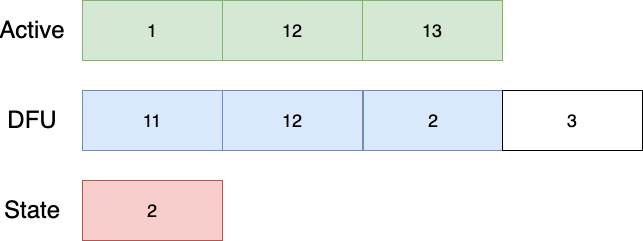
This is content/2022-04-29-firmware-updates-part-1/swap_step2.png from drogue-iot/blog.drogue.io, a draw.io export, as it was before one commit. Source tidied: cells renumbered, new cells last; positions are measured from the earlier drawing's top-left corner, leaving out a move shared by most shapes. The source it was exported from:
```xml
<mxGraphModel>
  <root>
    <mxCell id="0" />
    <mxCell id="1" parent="0" />
    <mxCell id="2" value="&lt;font style=&quot;font-size: 18px&quot;&gt;1&lt;/font&gt;" style="rounded=0;whiteSpace=wrap;html=1;fillColor=#d5e8d4;strokeColor=#82b366;" parent="1" vertex="1">
      <mxGeometry x="70" width="140" height="60" as="geometry" />
    </mxCell>
    <mxCell id="3" value="&lt;font style=&quot;font-size: 18px&quot;&gt;12&lt;/font&gt;" style="rounded=0;whiteSpace=wrap;html=1;fillColor=#d5e8d4;strokeColor=#82b366;" parent="1" vertex="1">
      <mxGeometry x="210" width="140" height="60" as="geometry" />
    </mxCell>
    <mxCell id="4" value="&lt;font style=&quot;font-size: 18px&quot;&gt;13&lt;/font&gt;" style="rounded=0;whiteSpace=wrap;html=1;fillColor=#d5e8d4;strokeColor=#82b366;" parent="1" vertex="1">
      <mxGeometry x="350" width="140" height="60" as="geometry" />
    </mxCell>
    <mxCell id="5" value="&lt;font style=&quot;font-size: 18px&quot;&gt;2&lt;/font&gt;" style="rounded=0;whiteSpace=wrap;html=1;fillColor=#f8cecc;strokeColor=#b85450;" parent="1" vertex="1">
      <mxGeometry x="70" y="180" width="140" height="60" as="geometry" />
    </mxCell>
    <mxCell id="6" value="&lt;font style=&quot;font-size: 18px&quot;&gt;11&lt;/font&gt;" style="rounded=0;whiteSpace=wrap;html=1;fillColor=#dae8fc;strokeColor=#6c8ebf;" parent="1" vertex="1">
      <mxGeometry x="70" y="90" width="140" height="60" as="geometry" />
    </mxCell>
    <mxCell id="7" value="&lt;font style=&quot;font-size: 18px&quot;&gt;12&lt;/font&gt;" style="rounded=0;whiteSpace=wrap;html=1;fillColor=#dae8fc;strokeColor=#6c8ebf;" parent="1" vertex="1">
      <mxGeometry x="210" y="90" width="140" height="60" as="geometry" />
    </mxCell>
    <mxCell id="8" value="&lt;font style=&quot;font-size: 18px&quot;&gt;2&lt;/font&gt;" style="rounded=0;whiteSpace=wrap;html=1;fillColor=#dae8fc;strokeColor=#6c8ebf;" parent="1" vertex="1">
      <mxGeometry x="351" y="90" width="140" height="60" as="geometry" />
    </mxCell>
    <mxCell id="9" value="&lt;font style=&quot;font-size: 18px&quot;&gt;3&lt;/font&gt;" style="rounded=0;whiteSpace=wrap;html=1;" parent="1" vertex="1">
      <mxGeometry x="490" y="90" width="140" height="60" as="geometry" />
    </mxCell>
    <mxCell id="10" value="&lt;font style=&quot;font-size: 24px&quot;&gt;Active&lt;/font&gt;" style="text;html=1;strokeColor=none;fillColor=none;align=center;verticalAlign=middle;whiteSpace=wrap;rounded=0;" parent="1" vertex="1">
      <mxGeometry y="20" width="40" height="20" as="geometry" />
    </mxCell>
    <mxCell id="11" value="&lt;font style=&quot;font-size: 24px&quot;&gt;DFU&lt;/font&gt;" style="text;html=1;strokeColor=none;fillColor=none;align=center;verticalAlign=middle;whiteSpace=wrap;rounded=0;" parent="1" vertex="1">
      <mxGeometry y="110" width="40" height="20" as="geometry" />
    </mxCell>
    <mxCell id="12" value="&lt;font style=&quot;font-size: 24px&quot;&gt;State&lt;/font&gt;" style="text;html=1;strokeColor=none;fillColor=none;align=center;verticalAlign=middle;whiteSpace=wrap;rounded=0;" parent="1" vertex="1">
      <mxGeometry y="200" width="40" height="20" as="geometry" />
    </mxCell>
  </root>
</mxGraphModel>
```
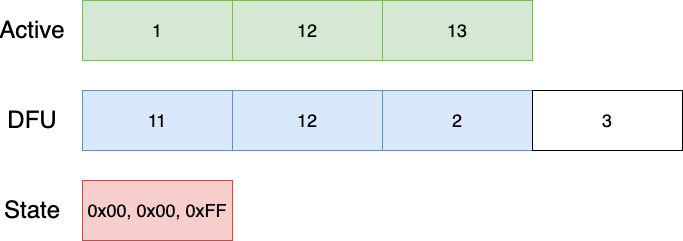
After the change.

Change to the diagram source:
```diff
@@ -3,28 +3,28 @@
     <mxCell id="0" />
     <mxCell id="1" parent="0" />
     <mxCell id="2" value="&lt;font style=&quot;font-size: 18px&quot;&gt;1&lt;/font&gt;" style="rounded=0;whiteSpace=wrap;html=1;fillColor=#d5e8d4;strokeColor=#82b366;" parent="1" vertex="1">
-      <mxGeometry x="70" width="140" height="60" as="geometry" />
+      <mxGeometry x="70" width="150" height="60" as="geometry" />
     </mxCell>
     <mxCell id="3" value="&lt;font style=&quot;font-size: 18px&quot;&gt;12&lt;/font&gt;" style="rounded=0;whiteSpace=wrap;html=1;fillColor=#d5e8d4;strokeColor=#82b366;" parent="1" vertex="1">
-      <mxGeometry x="210" width="140" height="60" as="geometry" />
+      <mxGeometry x="220" width="150" height="60" as="geometry" />
     </mxCell>
     <mxCell id="4" value="&lt;font style=&quot;font-size: 18px&quot;&gt;13&lt;/font&gt;" style="rounded=0;whiteSpace=wrap;html=1;fillColor=#d5e8d4;strokeColor=#82b366;" parent="1" vertex="1">
-      <mxGeometry x="350" width="140" height="60" as="geometry" />
+      <mxGeometry x="370" width="150" height="60" as="geometry" />
     </mxCell>
-    <mxCell id="5" value="&lt;font style=&quot;font-size: 18px&quot;&gt;2&lt;/font&gt;" style="rounded=0;whiteSpace=wrap;html=1;fillColor=#f8cecc;strokeColor=#b85450;" parent="1" vertex="1">
-      <mxGeometry x="70" y="180" width="140" height="60" as="geometry" />
+    <mxCell id="5" value="&lt;font style=&quot;font-size: 18px&quot;&gt;0x00, 0x00, 0xFF&lt;/font&gt;" style="rounded=0;whiteSpace=wrap;html=1;fillColor=#f8cecc;strokeColor=#b85450;" parent="1" vertex="1">
+      <mxGeometry x="70" y="180" width="150" height="60" as="geometry" />
     </mxCell>
     <mxCell id="6" value="&lt;font style=&quot;font-size: 18px&quot;&gt;11&lt;/font&gt;" style="rounded=0;whiteSpace=wrap;html=1;fillColor=#dae8fc;strokeColor=#6c8ebf;" parent="1" vertex="1">
-      <mxGeometry x="70" y="90" width="140" height="60" as="geometry" />
+      <mxGeometry x="70" y="90" width="150" height="60" as="geometry" />
     </mxCell>
     <mxCell id="7" value="&lt;font style=&quot;font-size: 18px&quot;&gt;12&lt;/font&gt;" style="rounded=0;whiteSpace=wrap;html=1;fillColor=#dae8fc;strokeColor=#6c8ebf;" parent="1" vertex="1">
-      <mxGeometry x="210" y="90" width="140" height="60" as="geometry" />
+      <mxGeometry x="220" y="90" width="150" height="60" as="geometry" />
     </mxCell>
     <mxCell id="8" value="&lt;font style=&quot;font-size: 18px&quot;&gt;2&lt;/font&gt;" style="rounded=0;whiteSpace=wrap;html=1;fillColor=#dae8fc;strokeColor=#6c8ebf;" parent="1" vertex="1">
-      <mxGeometry x="351" y="90" width="140" height="60" as="geometry" />
+      <mxGeometry x="370" y="90" width="150" height="60" as="geometry" />
     </mxCell>
     <mxCell id="9" value="&lt;font style=&quot;font-size: 18px&quot;&gt;3&lt;/font&gt;" style="rounded=0;whiteSpace=wrap;html=1;" parent="1" vertex="1">
-      <mxGeometry x="490" y="90" width="140" height="60" as="geometry" />
+      <mxGeometry x="520" y="90" width="150" height="60" as="geometry" />
     </mxCell>
     <mxCell id="10" value="&lt;font style=&quot;font-size: 24px&quot;&gt;Active&lt;/font&gt;" style="text;html=1;strokeColor=none;fillColor=none;align=center;verticalAlign=middle;whiteSpace=wrap;rounded=0;" parent="1" vertex="1">
       <mxGeometry y="20" width="40" height="20" as="geometry" />
```
